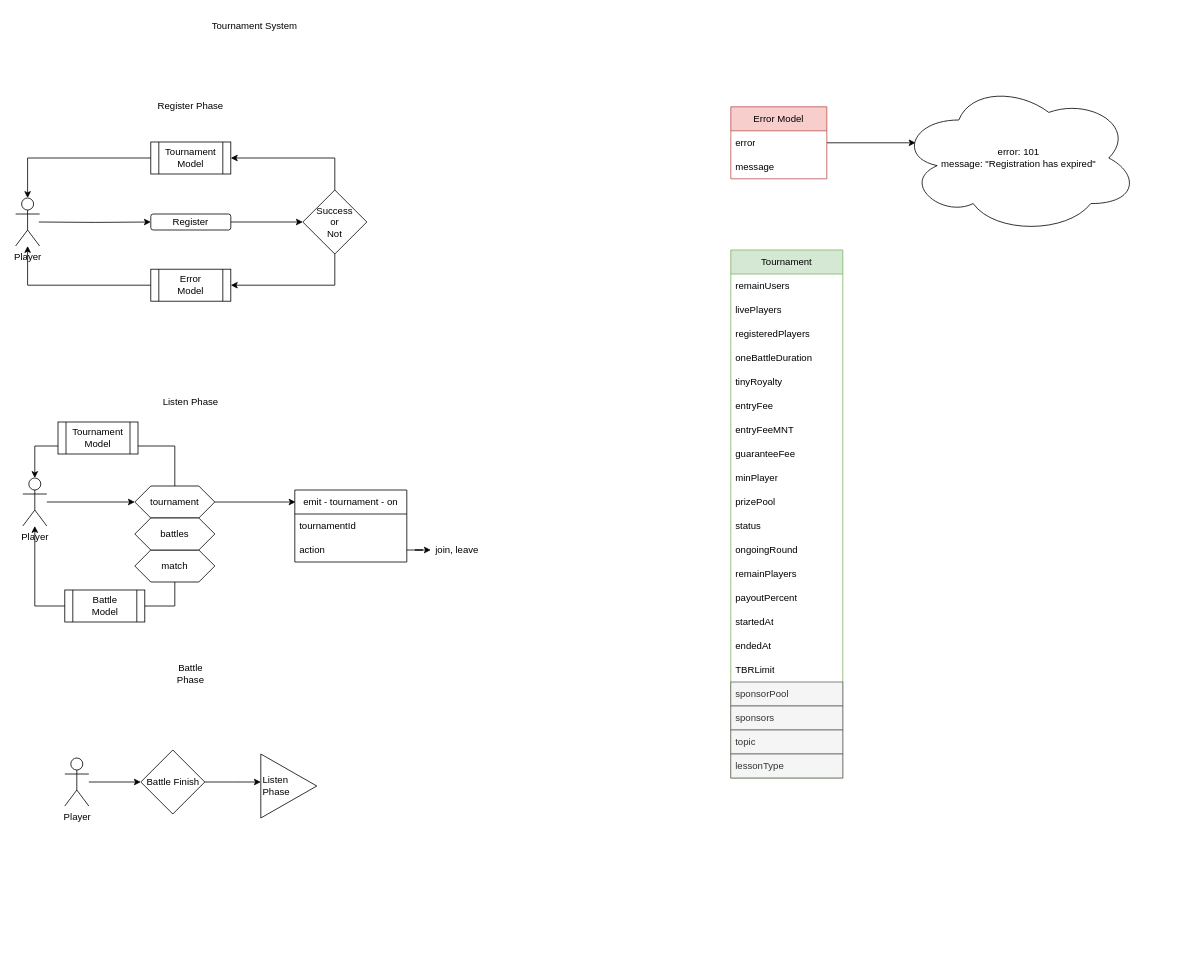
This is drawio/Tournament.drawio from Tomujin-Digital/tiny, a draw.io file, before an edit. Source tidied: cells renumbered, new cells numbered last; positions are measured from the earlier drawing's top-left corner, leaving out a move shared by most shapes. Both pictures are drawn from the tidied source at 80%, with x=0, y=0 at pixel (15, 14).
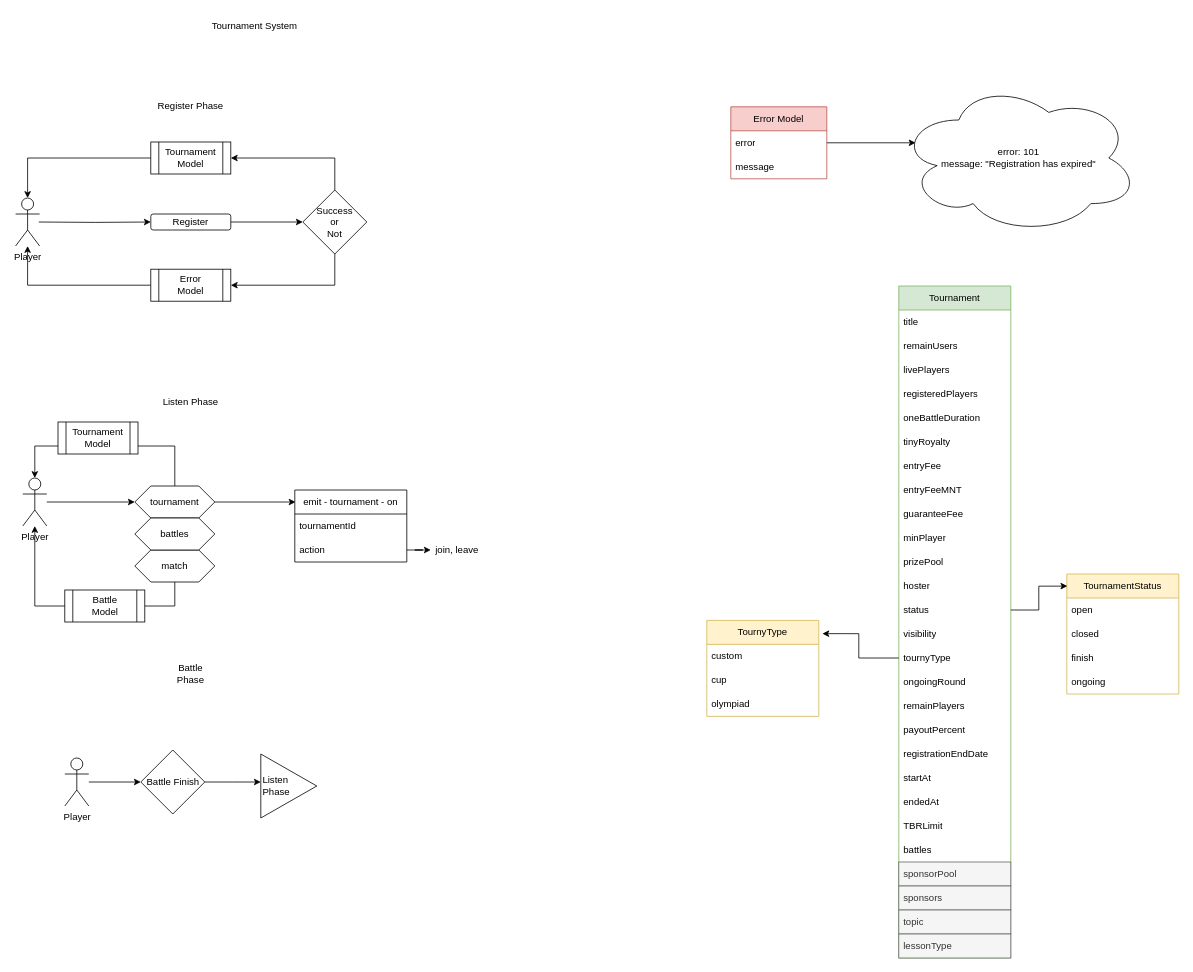
The same diagram, later.

Change to the diagram source:
```diff
@@
     <mxCell id="20" value="Tournament" style="swimlane;fontStyle=0;horizontal=1;startSize=30;whiteSpace=wrap;html=1;fillColor=#d5e8d4;strokeColor=#82b366;" parent="1" vertex="1">
-      <mxGeometry x="894" y="295" width="140" height="660" as="geometry" />
+      <mxGeometry x="1104" y="340" width="140" height="840" as="geometry" />
     </mxCell>
-    <mxCell id="21" value="remainUsers" style="text;strokeColor=none;fillColor=none;align=left;verticalAlign=middle;spacingLeft=4;spacingRight=4;overflow=hidden;whiteSpace=wrap;html=1;" parent="20" vertex="1">
+    <mxCell id="21" value="title" style="text;strokeColor=none;fillColor=none;align=left;verticalAlign=middle;spacingLeft=4;spacingRight=4;overflow=hidden;whiteSpace=wrap;html=1;" parent="20" vertex="1">
       <mxGeometry y="30" width="140" height="30" as="geometry" />
     </mxCell>
+    <mxCell id="64" value="remainUsers" style="text;strokeColor=none;fillColor=none;align=left;verticalAlign=middle;spacingLeft=4;spacingRight=4;overflow=hidden;whiteSpace=wrap;html=1;" parent="20" vertex="1">
+      <mxGeometry y="60" width="140" height="30" as="geometry" />
+    </mxCell>
     <mxCell id="22" value="livePlayers" style="text;strokeColor=none;fillColor=none;align=left;verticalAlign=middle;spacingLeft=4;spacingRight=4;overflow=hidden;whiteSpace=wrap;html=1;" parent="20" vertex="1">
-      <mxGeometry y="60" width="140" height="30" as="geometry" />
+      <mxGeometry y="90" width="140" height="30" as="geometry" />
     </mxCell>
     <mxCell id="23" value="registeredPlayers" style="text;strokeColor=none;fillColor=none;align=left;verticalAlign=middle;spacingLeft=4;spacingRight=4;overflow=hidden;whiteSpace=wrap;html=1;" parent="20" vertex="1">
-      <mxGeometry y="90" width="140" height="30" as="geometry" />
+      <mxGeometry y="120" width="140" height="30" as="geometry" />
     </mxCell>
     <mxCell id="24" value="oneBattleDuration" style="text;strokeColor=none;fillColor=none;align=left;verticalAlign=middle;spacingLeft=4;spacingRight=4;overflow=hidden;whiteSpace=wrap;html=1;" parent="20" vertex="1">
-      <mxGeometry y="120" width="140" height="30" as="geometry" />
+      <mxGeometry y="150" width="140" height="30" as="geometry" />
     </mxCell>
     <mxCell id="25" value="tinyRoyalty" style="text;strokeColor=none;fillColor=none;align=left;verticalAlign=middle;spacingLeft=4;spacingRight=4;overflow=hidden;whiteSpace=wrap;html=1;" parent="20" vertex="1">
-      <mxGeometry y="150" width="140" height="30" as="geometry" />
+      <mxGeometry y="180" width="140" height="30" as="geometry" />
     </mxCell>
     <mxCell id="26" value="entryFee" style="text;strokeColor=none;fillColor=none;align=left;verticalAlign=middle;spacingLeft=4;spacingRight=4;overflow=hidden;whiteSpace=wrap;html=1;" parent="20" vertex="1">
-      <mxGeometry y="180" width="140" height="30" as="geometry" />
+      <mxGeometry y="210" width="140" height="30" as="geometry" />
     </mxCell>
     <mxCell id="27" value="entryFeeMNT" style="text;strokeColor=none;fillColor=none;align=left;verticalAlign=middle;spacingLeft=4;spacingRight=4;overflow=hidden;whiteSpace=wrap;html=1;" parent="20" vertex="1">
-      <mxGeometry y="210" width="140" height="30" as="geometry" />
+      <mxGeometry y="240" width="140" height="30" as="geometry" />
     </mxCell>
     <mxCell id="28" value="guaranteeFee" style="text;strokeColor=none;fillColor=none;align=left;verticalAlign=middle;spacingLeft=4;spacingRight=4;overflow=hidden;whiteSpace=wrap;html=1;" parent="20" vertex="1">
-      <mxGeometry y="240" width="140" height="30" as="geometry" />
+      <mxGeometry y="270" width="140" height="30" as="geometry" />
     </mxCell>
     <mxCell id="29" value="minPlayer" style="text;strokeColor=none;fillColor=none;align=left;verticalAlign=middle;spacingLeft=4;spacingRight=4;overflow=hidden;whiteSpace=wrap;html=1;" parent="20" vertex="1">
-      <mxGeometry y="270" width="140" height="30" as="geometry" />
+      <mxGeometry y="300" width="140" height="30" as="geometry" />
     </mxCell>
     <mxCell id="30" value="prizePool" style="text;strokeColor=none;fillColor=none;align=left;verticalAlign=middle;spacingLeft=4;spacingRight=4;overflow=hidden;whiteSpace=wrap;html=1;" parent="20" vertex="1">
-      <mxGeometry y="300" width="140" height="30" as="geometry" />
+      <mxGeometry y="330" width="140" height="30" as="geometry" />
     </mxCell>
+    <mxCell id="65" value="hoster" style="text;strokeColor=none;fillColor=none;align=left;verticalAlign=middle;spacingLeft=4;spacingRight=4;overflow=hidden;whiteSpace=wrap;html=1;" parent="20" vertex="1">
+      <mxGeometry y="360" width="140" height="30" as="geometry" />
+    </mxCell>
     <mxCell id="31" value="status" style="text;strokeColor=none;fillColor=none;align=left;verticalAlign=middle;spacingLeft=4;spacingRight=4;overflow=hidden;points=[[0,0.5],[1,0.5]];portConstraint=eastwest;whiteSpace=wrap;html=1;" parent="20" vertex="1">
-      <mxGeometry y="330" width="140" height="30" as="geometry" />
+      <mxGeometry y="390" width="140" height="30" as="geometry" />
     </mxCell>
+    <mxCell id="66" value="visibility" style="text;strokeColor=none;fillColor=none;align=left;verticalAlign=middle;spacingLeft=4;spacingRight=4;overflow=hidden;whiteSpace=wrap;html=1;" parent="20" vertex="1">
+      <mxGeometry y="420" width="140" height="30" as="geometry" />
+    </mxCell>
+    <mxCell id="67" value="tournyType" style="text;strokeColor=none;fillColor=none;align=left;verticalAlign=middle;spacingLeft=4;spacingRight=4;overflow=hidden;points=[[0,0.5],[1,0.5]];portConstraint=eastwest;whiteSpace=wrap;html=1;" parent="20" vertex="1">
+      <mxGeometry y="450" width="140" height="30" as="geometry" />
+    </mxCell>
     <mxCell id="32" value="ongoingRound" style="text;strokeColor=none;fillColor=none;align=left;verticalAlign=middle;spacingLeft=4;spacingRight=4;overflow=hidden;whiteSpace=wrap;html=1;" parent="20" vertex="1">
-      <mxGeometry y="360" width="140" height="30" as="geometry" />
+      <mxGeometry y="480" width="140" height="30" as="geometry" />
     </mxCell>
     <mxCell id="33" value="remainPlayers" style="text;strokeColor=none;fillColor=none;align=left;verticalAlign=middle;spacingLeft=4;spacingRight=4;overflow=hidden;whiteSpace=wrap;html=1;" parent="20" vertex="1">
-      <mxGeometry y="390" width="140" height="30" as="geometry" />
+      <mxGeometry y="510" width="140" height="30" as="geometry" />
     </mxCell>
     <mxCell id="34" value="payoutPercent" style="text;strokeColor=none;fillColor=none;align=left;verticalAlign=middle;spacingLeft=4;spacingRight=4;overflow=hidden;whiteSpace=wrap;html=1;" parent="20" vertex="1">
-      <mxGeometry y="420" width="140" height="30" as="geometry" />
+      <mxGeometry y="540" width="140" height="30" as="geometry" />
     </mxCell>
+    <mxCell id="68" value="registrationEndDate" style="text;strokeColor=none;fillColor=none;align=left;verticalAlign=middle;spacingLeft=4;spacingRight=4;overflow=hidden;whiteSpace=wrap;html=1;" parent="20" vertex="1">
+      <mxGeometry y="570" width="140" height="30" as="geometry" />
+    </mxCell>
-    <mxCell id="35" value="startedAt" style="text;strokeColor=none;fillColor=none;align=left;verticalAlign=middle;spacingLeft=4;spacingRight=4;overflow=hidden;whiteSpace=wrap;html=1;" parent="20" vertex="1">
-      <mxGeometry y="450" width="140" height="30" as="geometry" />
+    <mxCell id="35" value="startAt" style="text;strokeColor=none;fillColor=none;align=left;verticalAlign=middle;spacingLeft=4;spacingRight=4;overflow=hidden;whiteSpace=wrap;html=1;" parent="20" vertex="1">
+      <mxGeometry y="600" width="140" height="30" as="geometry" />
     </mxCell>
     <mxCell id="36" value="endedAt" style="text;strokeColor=none;fillColor=none;align=left;verticalAlign=middle;spacingLeft=4;spacingRight=4;overflow=hidden;whiteSpace=wrap;html=1;" parent="20" vertex="1">
-      <mxGeometry y="480" width="140" height="30" as="geometry" />
+      <mxGeometry y="630" width="140" height="30" as="geometry" />
     </mxCell>
     <mxCell id="37" value="TBRLimit" style="text;strokeColor=none;fillColor=none;align=left;verticalAlign=middle;spacingLeft=4;spacingRight=4;overflow=hidden;whiteSpace=wrap;html=1;" parent="20" vertex="1">
-      <mxGeometry y="510" width="140" height="30" as="geometry" />
+      <mxGeometry y="660" width="140" height="30" as="geometry" />
     </mxCell>
+    <mxCell id="69" value="battles" style="text;strokeColor=none;fillColor=none;align=left;verticalAlign=middle;spacingLeft=4;spacingRight=4;overflow=hidden;whiteSpace=wrap;html=1;" parent="20" vertex="1">
+      <mxGeometry y="690" width="140" height="30" as="geometry" />
+    </mxCell>
     <mxCell id="38" value="sponsorPool" style="text;strokeColor=#666666;fillColor=#f5f5f5;align=left;verticalAlign=middle;spacingLeft=4;spacingRight=4;overflow=hidden;whiteSpace=wrap;html=1;fontColor=#333333;" parent="20" vertex="1">
-      <mxGeometry y="540" width="140" height="30" as="geometry" />
+      <mxGeometry y="720" width="140" height="30" as="geometry" />
     </mxCell>
     <mxCell id="39" value="sponsors" style="text;strokeColor=#666666;fillColor=#f5f5f5;align=left;verticalAlign=middle;spacingLeft=4;spacingRight=4;overflow=hidden;whiteSpace=wrap;html=1;fontColor=#333333;" parent="20" vertex="1">
-      <mxGeometry y="570" width="140" height="30" as="geometry" />
+      <mxGeometry y="750" width="140" height="30" as="geometry" />
     </mxCell>
     <mxCell id="40" value="topic" style="text;strokeColor=#666666;fillColor=#f5f5f5;align=left;verticalAlign=middle;spacingLeft=4;spacingRight=4;overflow=hidden;whiteSpace=wrap;html=1;fontColor=#333333;" parent="20" vertex="1">
-      <mxGeometry y="600" width="140" height="30" as="geometry" />
+      <mxGeometry y="780" width="140" height="30" as="geometry" />
     </mxCell>
     <mxCell id="41" value="lessonType" style="text;strokeColor=#666666;fillColor=#f5f5f5;align=left;verticalAlign=middle;spacingLeft=4;spacingRight=4;overflow=hidden;whiteSpace=wrap;html=1;fontColor=#333333;" parent="20" vertex="1">
-      <mxGeometry y="630" width="140" height="30" as="geometry" />
+      <mxGeometry y="810" width="140" height="30" as="geometry" />
     </mxCell>
@@
+    <mxCell id="70" value="TournamentStatus" style="swimlane;fontStyle=0;horizontal=1;startSize=30;whiteSpace=wrap;html=1;fillColor=#fff2cc;strokeColor=#d6b656;" parent="1" vertex="1">
+      <mxGeometry x="1314" y="700" width="140" height="150" as="geometry" />
+    </mxCell>
+    <mxCell id="71" value="open" style="text;strokeColor=none;fillColor=none;align=left;verticalAlign=middle;spacingLeft=4;spacingRight=4;overflow=hidden;whiteSpace=wrap;html=1;" parent="70" vertex="1">
+      <mxGeometry y="30" width="140" height="30" as="geometry" />
+    </mxCell>
+    <mxCell id="72" value="closed" style="text;strokeColor=none;fillColor=none;align=left;verticalAlign=middle;spacingLeft=4;spacingRight=4;overflow=hidden;whiteSpace=wrap;html=1;" parent="70" vertex="1">
+      <mxGeometry y="60" width="140" height="30" as="geometry" />
+    </mxCell>
+    <mxCell id="73" value="finish" style="text;strokeColor=none;fillColor=none;align=left;verticalAlign=middle;spacingLeft=4;spacingRight=4;overflow=hidden;whiteSpace=wrap;html=1;" parent="70" vertex="1">
+      <mxGeometry y="90" width="140" height="30" as="geometry" />
+    </mxCell>
+    <mxCell id="74" value="ongoing" style="text;strokeColor=none;fillColor=none;align=left;verticalAlign=middle;spacingLeft=4;spacingRight=4;overflow=hidden;whiteSpace=wrap;html=1;" parent="70" vertex="1">
+      <mxGeometry y="120" width="140" height="30" as="geometry" />
+    </mxCell>
+    <mxCell id="75" style="edgeStyle=orthogonalEdgeStyle;rounded=0;jettySize=auto;html=1;entryX=0.005;entryY=0.101;entryDx=0;entryDy=0;entryPerimeter=0;" parent="1" edge="1" source="31" target="70">
+      <mxGeometry relative="1" as="geometry" />
+    </mxCell>
+    <mxCell id="76" value="TournyType" style="swimlane;fontStyle=0;horizontal=1;startSize=30;whiteSpace=wrap;html=1;fillColor=#fff2cc;strokeColor=#d6b656;" parent="1" vertex="1">
+      <mxGeometry x="864" y="758" width="140" height="120" as="geometry" />
+    </mxCell>
+    <mxCell id="77" value="custom" style="text;strokeColor=none;fillColor=none;align=left;verticalAlign=middle;spacingLeft=4;spacingRight=4;overflow=hidden;whiteSpace=wrap;html=1;" parent="76" vertex="1">
+      <mxGeometry y="30" width="140" height="30" as="geometry" />
+    </mxCell>
+    <mxCell id="78" value="cup" style="text;strokeColor=none;fillColor=none;align=left;verticalAlign=middle;spacingLeft=4;spacingRight=4;overflow=hidden;whiteSpace=wrap;html=1;" parent="76" vertex="1">
+      <mxGeometry y="60" width="140" height="30" as="geometry" />
+    </mxCell>
+    <mxCell id="79" value="olympiad" style="text;strokeColor=none;fillColor=none;align=left;verticalAlign=middle;spacingLeft=4;spacingRight=4;overflow=hidden;whiteSpace=wrap;html=1;" parent="76" vertex="1">
+      <mxGeometry y="90" width="140" height="30" as="geometry" />
+    </mxCell>
+    <mxCell id="80" style="edgeStyle=orthogonalEdgeStyle;rounded=0;jettySize=auto;html=1;entryX=1.032;entryY=0.138;entryDx=0;entryDy=0;entryPerimeter=0;" parent="1" edge="1" source="67" target="76">
+      <mxGeometry relative="1" as="geometry" />
+    </mxCell>
```
